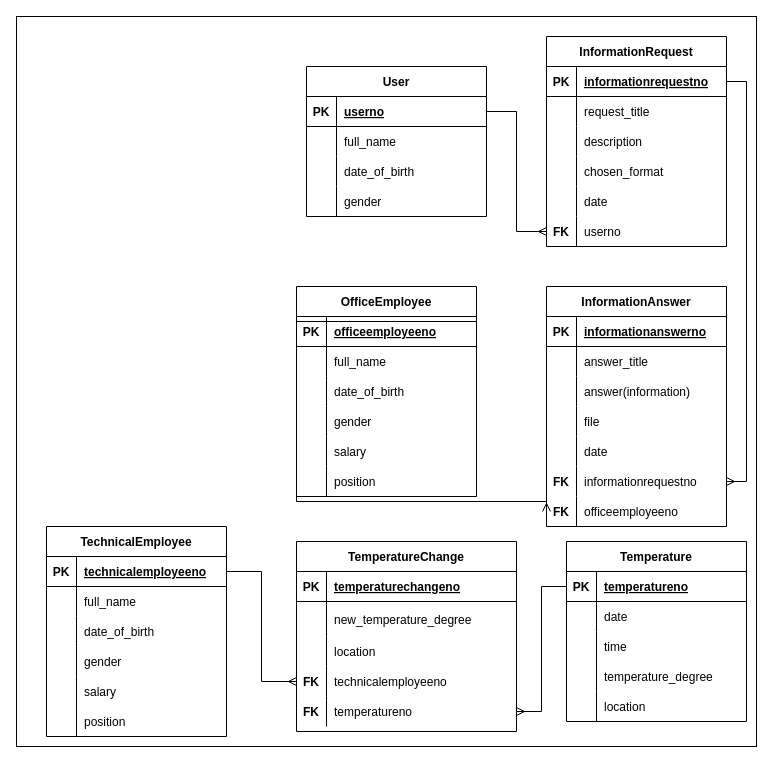
oleksandrblazhko/ai-213-gavrosh keeps this draw.io diagram as 2-SoftwareDesign/2.3-DataModel/DataModel.drawio. Above is the earlier version. Source tidied: cells renumbered, new cells numbered last; positions are measured from the earlier drawing's top-left corner, leaving out a move shared by most shapes. Both pictures are drawn from the tidied source at 100%, with x=0, y=0 at pixel (16, 16).
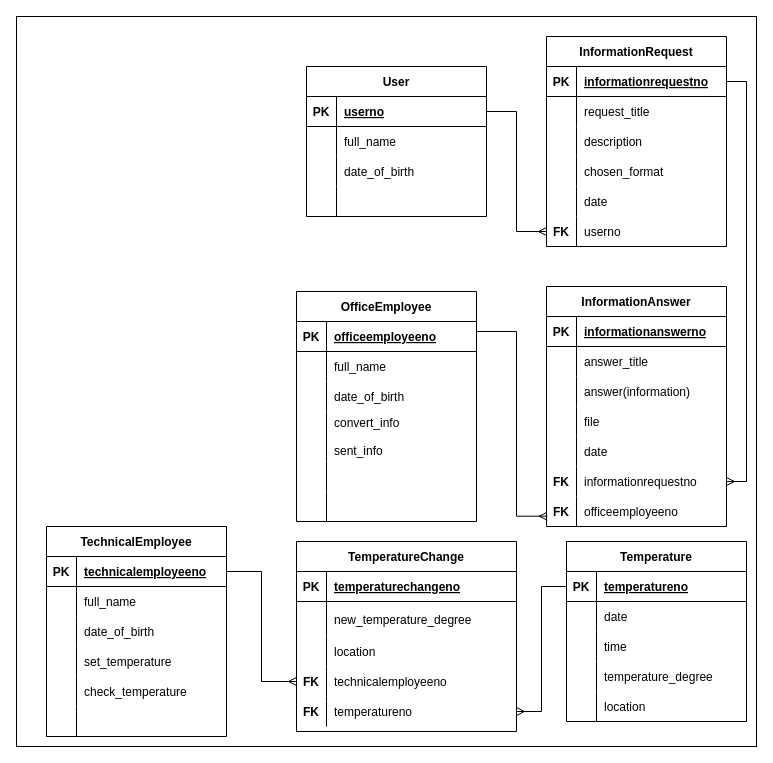
The same diagram, later.

Unchanged cells that the change refers to:
```xml
<mxCell id="13" style="shape=partialRectangle;fillColor=none;top=0;left=0;bottom=0;right=0;" parent="3" vertex="1">
  <mxGeometry y="120" width="180" height="30" as="geometry" />
</mxCell>
<mxCell id="17" style="shape=partialRectangle;fillColor=none;top=0;left=0;bottom=1;right=0;points=[[0,0.5],[1,0.5]];portConstraint=eastwest;" parent="16" vertex="1">
  <mxGeometry y="30" width="180" height="30" as="geometry" />
</mxCell>
<mxCell id="45" style="shape=partialRectangle;fillColor=none;top=0;left=0;bottom=0;right=0;" parent="35" vertex="1">
  <mxGeometry y="120" width="180" height="30" as="geometry" />
</mxCell>
<mxCell id="48" style="shape=partialRectangle;fillColor=none;top=0;left=0;bottom=0;right=0;" parent="35" vertex="1">
  <mxGeometry y="150" width="180" height="30" as="geometry" />
</mxCell>
<mxCell id="51" style="shape=partialRectangle;fillColor=none;top=0;left=0;bottom=0;right=0;" parent="35" vertex="1">
  <mxGeometry y="180" width="180" height="30" as="geometry" />
</mxCell>
<mxCell id="92" style="shape=partialRectangle;fillColor=none;top=0;left=0;bottom=0;right=0;points=[[0,0.5],[1,0.5]];portConstraint=eastwest;" parent="73" vertex="1">
  <mxGeometry y="210" width="180" height="30" as="geometry" />
</mxCell>
```

The edit, as a diff of the source:
```diff
@@
-    <mxCell id="15" value="gender" style="shape=partialRectangle;fillColor=none;top=0;left=0;bottom=0;right=0;align=left;spacingLeft=6;overflow=hidden;" parent="13" vertex="1">
+    <mxCell id="15" style="shape=partialRectangle;fillColor=none;top=0;left=0;bottom=0;right=0;align=left;spacingLeft=6;overflow=hidden;" parent="13" vertex="1">
       <mxGeometry x="30" width="150" height="30" as="geometry" />
     </mxCell>
     <mxCell id="16" value="OfficeEmployee" style="shape=table;startSize=30;childLayout=tableLayout;rowLines=0;fontStyle=1;align=center;" parent="1" vertex="1">
-      <mxGeometry x="280" y="270" width="180" height="210" as="geometry" />
+      <mxGeometry x="280" y="275" width="180" height="230" as="geometry" />
     </mxCell>
@@
     <mxCell id="26" style="shape=partialRectangle;fillColor=none;top=0;left=0;bottom=0;right=0;" parent="16" vertex="1">
-      <mxGeometry y="120" width="180" height="30" as="geometry" />
+      <mxGeometry y="120" width="180" height="50" as="geometry" />
     </mxCell>
     <mxCell id="27" style="shape=partialRectangle;fillColor=none;top=0;left=0;bottom=0;right=0;overflow=hidden;" parent="26" vertex="1">
-      <mxGeometry width="30" height="30" as="geometry" />
+      <mxGeometry width="30" height="50" as="geometry" />
     </mxCell>
-    <mxCell id="28" value="gender" style="shape=partialRectangle;fillColor=none;top=0;left=0;bottom=0;right=0;align=left;spacingLeft=6;overflow=hidden;" parent="26" vertex="1">
-      <mxGeometry x="30" width="150" height="30" as="geometry" />
+    <mxCell id="28" value="convert_info&#10;&#10;sent_info" style="shape=partialRectangle;fillColor=none;top=0;left=0;bottom=0;right=0;align=left;spacingLeft=6;overflow=hidden;" parent="26" vertex="1">
+      <mxGeometry x="30" width="150" height="50" as="geometry" />
     </mxCell>
     <mxCell id="29" style="shape=partialRectangle;fillColor=none;top=0;left=0;bottom=0;right=0;" parent="16" vertex="1">
-      <mxGeometry y="150" width="180" height="30" as="geometry" />
+      <mxGeometry y="170" width="180" height="30" as="geometry" />
     </mxCell>
@@
-    <mxCell id="31" value="salary" style="shape=partialRectangle;fillColor=none;top=0;left=0;bottom=0;right=0;align=left;spacingLeft=6;overflow=hidden;" parent="29" vertex="1">
+    <mxCell id="31" style="shape=partialRectangle;fillColor=none;top=0;left=0;bottom=0;right=0;align=left;spacingLeft=6;overflow=hidden;" parent="29" vertex="1">
       <mxGeometry x="30" width="150" height="30" as="geometry" />
     </mxCell>
     <mxCell id="32" style="shape=partialRectangle;fillColor=none;top=0;left=0;bottom=0;right=0;" parent="16" vertex="1">
-      <mxGeometry y="180" width="180" height="30" as="geometry" />
+      <mxGeometry y="200" width="180" height="30" as="geometry" />
     </mxCell>
@@
-    <mxCell id="34" value="position" style="shape=partialRectangle;fillColor=none;top=0;left=0;bottom=0;right=0;align=left;spacingLeft=6;overflow=hidden;" parent="32" vertex="1">
+    <mxCell id="34" style="shape=partialRectangle;fillColor=none;top=0;left=0;bottom=0;right=0;align=left;spacingLeft=6;overflow=hidden;" parent="32" vertex="1">
       <mxGeometry x="30" width="150" height="30" as="geometry" />
     </mxCell>
@@
-    <mxCell id="47" value="gender" style="shape=partialRectangle;fillColor=none;top=0;left=0;bottom=0;right=0;align=left;spacingLeft=6;overflow=hidden;" parent="45" vertex="1">
+    <mxCell id="47" value="set_temperature" style="shape=partialRectangle;fillColor=none;top=0;left=0;bottom=0;right=0;align=left;spacingLeft=6;overflow=hidden;" parent="45" vertex="1">
       <mxGeometry x="30" width="150" height="30" as="geometry" />
     </mxCell>
@@
-    <mxCell id="50" value="salary" style="shape=partialRectangle;fillColor=none;top=0;left=0;bottom=0;right=0;align=left;spacingLeft=6;overflow=hidden;" parent="48" vertex="1">
+    <mxCell id="50" value="check_temperature" style="shape=partialRectangle;fillColor=none;top=0;left=0;bottom=0;right=0;align=left;spacingLeft=6;overflow=hidden;" parent="48" vertex="1">
       <mxGeometry x="30" width="150" height="30" as="geometry" />
     </mxCell>
@@
-    <mxCell id="53" value="position" style="shape=partialRectangle;fillColor=none;top=0;left=0;bottom=0;right=0;align=left;spacingLeft=6;overflow=hidden;" parent="51" vertex="1">
+    <mxCell id="53" style="shape=partialRectangle;fillColor=none;top=0;left=0;bottom=0;right=0;align=left;spacingLeft=6;overflow=hidden;" parent="51" vertex="1">
       <mxGeometry x="30" width="150" height="30" as="geometry" />
     </mxCell>
@@
-    <mxCell id="128" style="edgeStyle=orthogonalEdgeStyle;rounded=0;jettySize=auto;html=1;exitX=1;exitY=0.5;exitDx=0;exitDy=0;entryX=0;entryY=0.5;entryDx=0;entryDy=0;endArrow=ERmany;endFill=0;" parent="1" edge="1" source="17" target="92">
+    <mxCell id="128" style="edgeStyle=orthogonalEdgeStyle;rounded=0;jettySize=auto;html=1;exitX=1;exitY=0.5;exitDx=0;exitDy=0;endArrow=ERmany;endFill=0;entryX=0.004;entryY=0.657;entryDx=0;entryDy=0;entryPerimeter=0;" parent="1" edge="1" source="17" target="92">
       <mxGeometry relative="1" as="geometry">
         <Array as="points">
-          <mxPoint x="280" y="305" />
-          <mxPoint x="280" y="485" />
+          <mxPoint x="460" y="315" />
+          <mxPoint x="500" y="315" />
+          <mxPoint x="500" y="500" />
+          <mxPoint x="531" y="500" />
         </Array>
       </mxGeometry>
     </mxCell>
```
